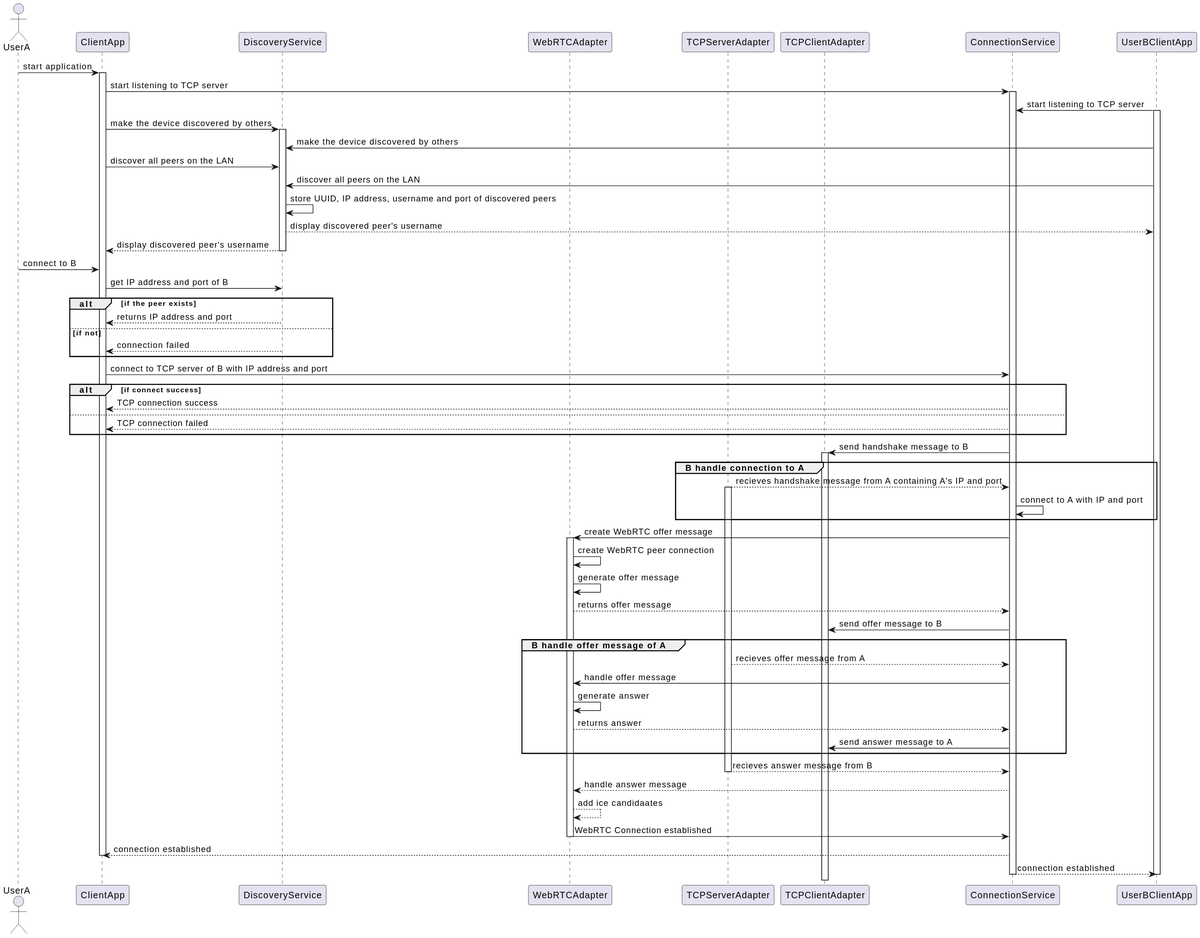
SAPOT-System/YLP-software keeps this PlantUML diagram as diagrams/peer-to-peer-connection.svg. Above is the earlier version. The source it was exported from:
```plantuml
@startuml
actor UserA
participant ClientApp
participant DiscoveryService
participant WebRTCAdapter
participant TCPServerAdapter
participant TCPClientAdapter
participant ConnectionService
participant UserBClientApp

UserA -> ClientApp: start application
activate ClientApp

ClientApp -> ConnectionService: start listening to TCP server
activate ConnectionService
UserBClientApp -> ConnectionService: start listening to TCP server
activate  UserBClientApp

ClientApp -> DiscoveryService: make the device discovered by others
activate DiscoveryService
UserBClientApp -> DiscoveryService: make the device discovered by others

ClientApp -> DiscoveryService: discover all peers on the LAN
UserBClientApp -> DiscoveryService: discover all peers on the LAN

DiscoveryService -> DiscoveryService: store UUID, IP address, username and port of discovered peers

DiscoveryService --> UserBClientApp: display discovered peer's username
DiscoveryService --> ClientApp: display discovered peer's username
deactivate DiscoveryService

UserA -> ClientApp: connect to B
ClientApp -> DiscoveryService: get IP address and port of B

alt if the peer exists
    DiscoveryService --> ClientApp: returns IP address and port
else if not
    DiscoveryService --> ClientApp: connection failed
end

ClientApp->ConnectionService: connect to TCP server of B with IP address and port

alt if connect success
    ConnectionService--> ClientApp: TCP connection success
else
    ConnectionService--> ClientApp: TCP connection failed
end


ConnectionService -> TCPClientAdapter: send handshake message to B
activate TCPClientAdapter

group B handle connection to A
    TCPServerAdapter --> ConnectionService: recieves handshake message from A containing A's IP and port
    activate TCPServerAdapter
    ConnectionService -> ConnectionService: connect to A with IP and port
end


ConnectionService -> WebRTCAdapter: create WebRTC offer message
activate WebRTCAdapter
WebRTCAdapter -> WebRTCAdapter: create WebRTC peer connection
WebRTCAdapter -> WebRTCAdapter: generate offer message
WebRTCAdapter --> ConnectionService: returns offer message
ConnectionService -> TCPClientAdapter: send offer message to B

group B handle offer message of A
    TCPServerAdapter --> ConnectionService: recieves offer message from A
    ConnectionService -> WebRTCAdapter: handle offer message
    WebRTCAdapter -> WebRTCAdapter: generate answer
    WebRTCAdapter --> ConnectionService: returns answer
    ConnectionService -> TCPClientAdapter: send answer message to A
end

TCPServerAdapter --> ConnectionService: recieves answer message from B
deactivate TCPServerAdapter
ConnectionService --> WebRTCAdapter: handle answer message
WebRTCAdapter --> WebRTCAdapter: add ice candidaates

WebRTCAdapter -> ConnectionService: WebRTC Connection established
deactivate WebRTCAdapter

ConnectionService --> ClientApp: connection established
deactivate ClientApp
ConnectionService --> UserBClientApp: connection established


deactivate ConnectionService
deactivate UserBClientApp
@enduml
```
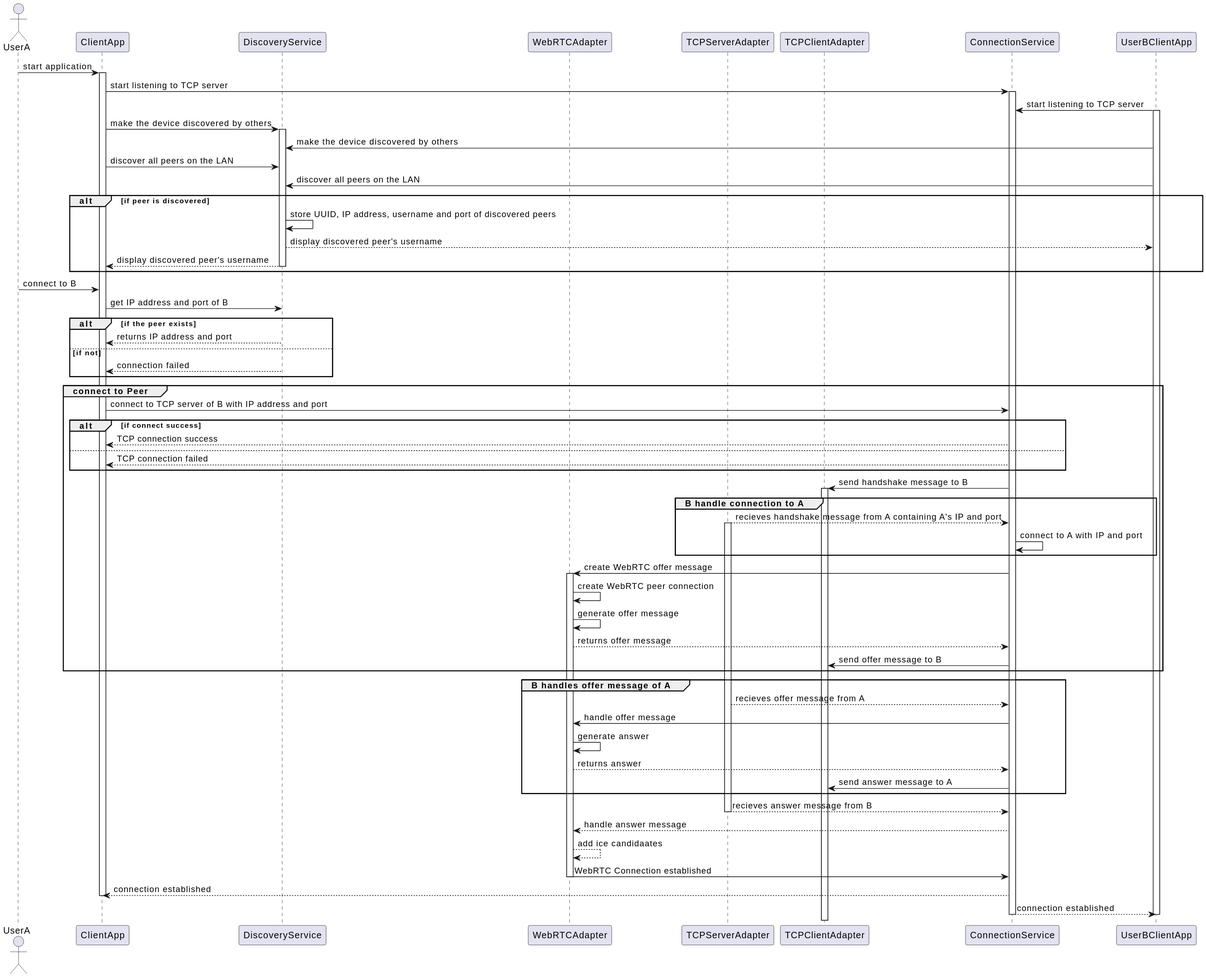
Above is the later version.

Commit message:
Auto-generate PlantUML SVG diagrams

The edit, as a diff of the source:
```diff
@@ -22,12 +22,13 @@
 
 ClientApp -> DiscoveryService: discover all peers on the LAN
 UserBClientApp -> DiscoveryService: discover all peers on the LAN
+alt if peer is discovered
+    DiscoveryService -> DiscoveryService: store UUID, IP address, username and port of discovered peers
 
-DiscoveryService -> DiscoveryService: store UUID, IP address, username and port of discovered peers
-
-DiscoveryService --> UserBClientApp: display discovered peer's username
-DiscoveryService --> ClientApp: display discovered peer's username
-deactivate DiscoveryService
+    DiscoveryService --> UserBClientApp: display discovered peer's username
+    DiscoveryService --> ClientApp: display discovered peer's username
+    deactivate DiscoveryService
+end
 
 UserA -> ClientApp: connect to B
 ClientApp -> DiscoveryService: get IP address and port of B
@@ -38,33 +39,35 @@
     DiscoveryService --> ClientApp: connection failed
 end
 
-ClientApp->ConnectionService: connect to TCP server of B with IP address and port
+group connect to Peer
+    ClientApp->ConnectionService: connect to TCP server of B with IP address and port
 
-alt if connect success
-    ConnectionService--> ClientApp: TCP connection success
-else
-    ConnectionService--> ClientApp: TCP connection failed
+    alt if connect success
+        ConnectionService--> ClientApp: TCP connection success
+    else
+        ConnectionService--> ClientApp: TCP connection failed
+    end
+
+
+    ConnectionService -> TCPClientAdapter: send handshake message to B
+    activate TCPClientAdapter
+
+    group B handle connection to A
+        TCPServerAdapter --> ConnectionService: recieves handshake message from A containing A's IP and port
+        activate TCPServerAdapter
+        ConnectionService -> ConnectionService: connect to A with IP and port
+    end
+
+
+    ConnectionService -> WebRTCAdapter: create WebRTC offer message
+    activate WebRTCAdapter
+    WebRTCAdapter -> WebRTCAdapter: create WebRTC peer connection
+    WebRTCAdapter -> WebRTCAdapter: generate offer message
+    WebRTCAdapter --> ConnectionService: returns offer message
+    ConnectionService -> TCPClientAdapter: send offer message to B
 end
 
-
-ConnectionService -> TCPClientAdapter: send handshake message to B
-activate TCPClientAdapter
-
-group B handle connection to A
-    TCPServerAdapter --> ConnectionService: recieves handshake message from A containing A's IP and port
-    activate TCPServerAdapter
-    ConnectionService -> ConnectionService: connect to A with IP and port
-end
-
-
-ConnectionService -> WebRTCAdapter: create WebRTC offer message
-activate WebRTCAdapter
-WebRTCAdapter -> WebRTCAdapter: create WebRTC peer connection
-WebRTCAdapter -> WebRTCAdapter: generate offer message
-WebRTCAdapter --> ConnectionService: returns offer message
-ConnectionService -> TCPClientAdapter: send offer message to B
-
-group B handle offer message of A
+group B handles offer message of A
     TCPServerAdapter --> ConnectionService: recieves offer message from A
     ConnectionService -> WebRTCAdapter: handle offer message
     WebRTCAdapter -> WebRTCAdapter: generate answer
```
